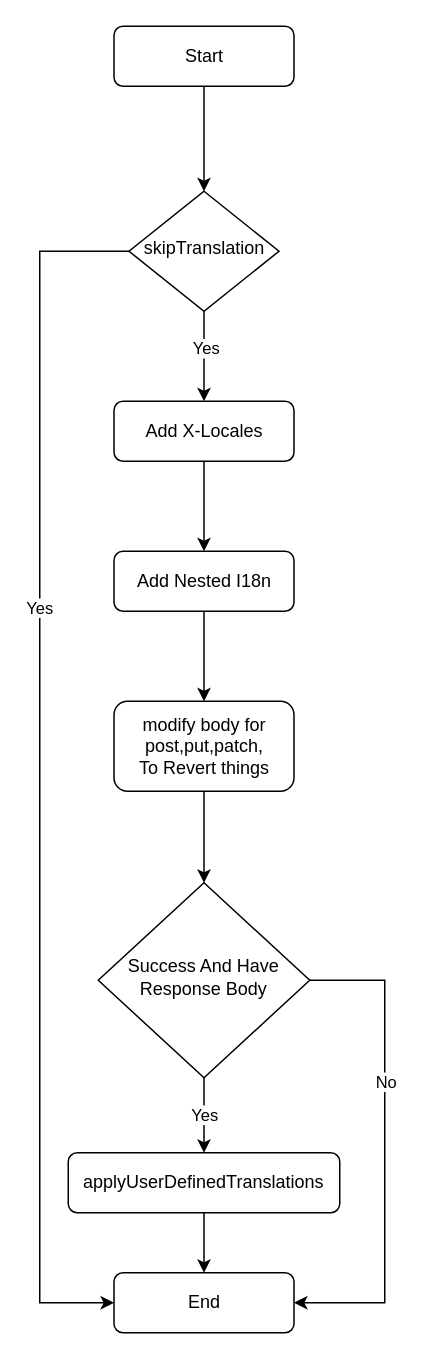
Earlier version of the draw.io diagram User-Defined-FEE-Translate-Flow.drawio (SmileSB1O1/draw-active). Source tidied: cells renumbered, new cells numbered last; positions are measured from the earlier drawing's top-left corner, leaving out a move shared by most shapes. Both pictures are drawn from the tidied source at 150%, with x=0, y=0 at pixel (39, 26).
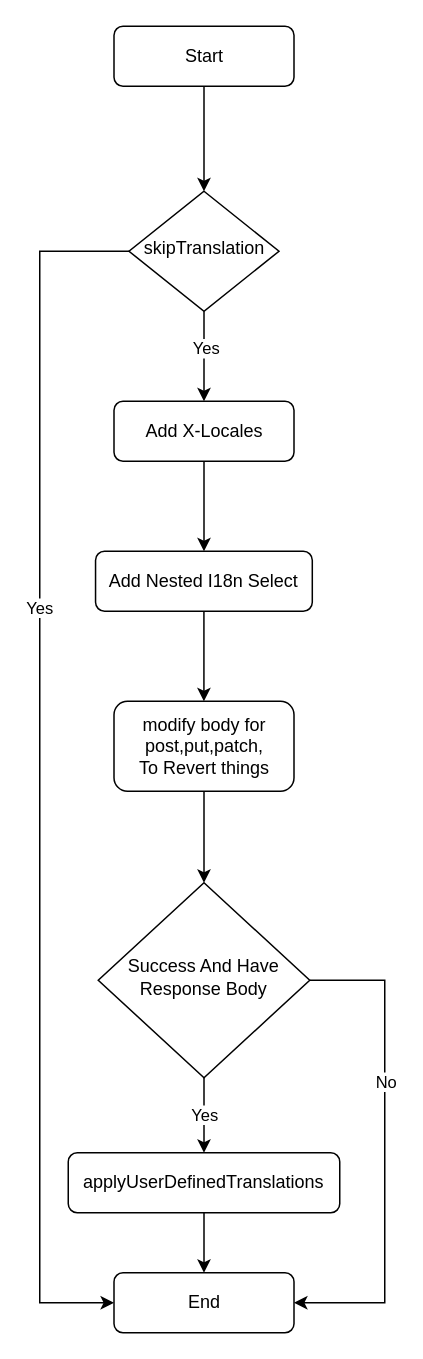
The same diagram, later.

Change to the diagram source:
```diff
@@
-    <mxCell id="21" value="Add Nested I18n" style="rounded=1;whiteSpace=wrap;html=1;fontSize=12;glass=0;strokeWidth=1;shadow=0;" parent="1" vertex="1">
-      <mxGeometry x="49.5" y="350" width="120" height="40" as="geometry" />
+    <mxCell id="21" value="Add Nested I18n Select" style="rounded=1;whiteSpace=wrap;html=1;fontSize=12;glass=0;strokeWidth=1;shadow=0;" parent="1" vertex="1">
+      <mxGeometry x="37.2" y="350" width="144.5" height="40" as="geometry" />
     </mxCell>
```
